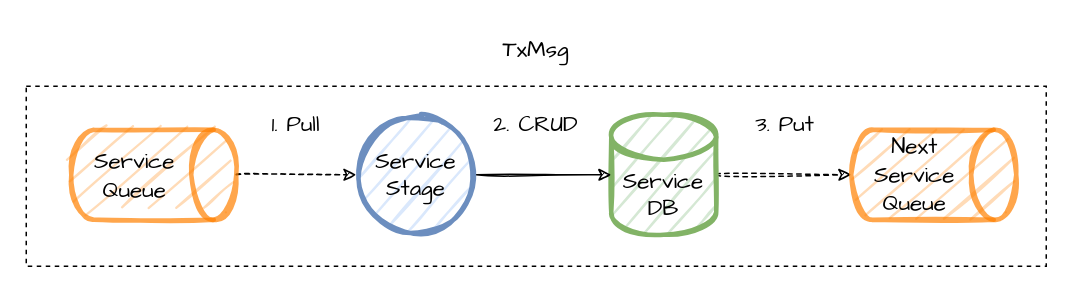
Earlier version of the draw.io diagram page "tx-data" (12 of 15) of img/diagram.drawio (ccchrunik/hierasaga). Source tidied: cells renumbered, new cells numbered last; positions are measured from the earlier drawing's top-left corner, leaving out a move shared by most shapes. Both pictures are drawn from the tidied source at 150%, with x=0, y=0 at pixel (26, 26).
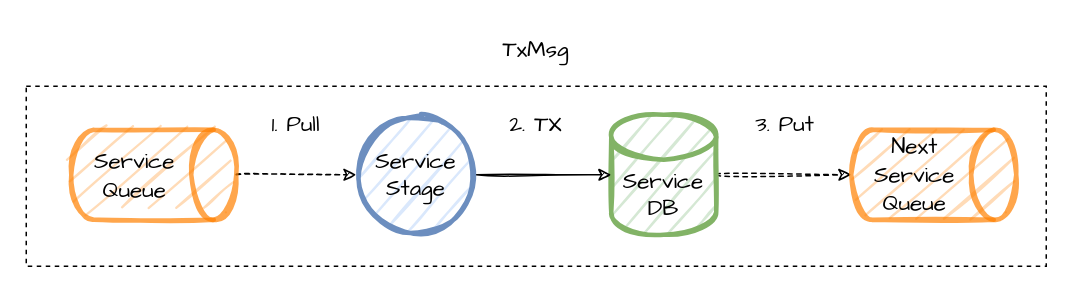
The same diagram, later.

What changed in the source:
```diff
@@
 <mxGraphModel>
   <root>
     <mxCell id="0" />
     <mxCell id="1" parent="0" />
     <mxCell id="2" value="TxMsg" style="text;html=1;strokeColor=none;fillColor=none;align=center;verticalAlign=middle;whiteSpace=wrap;rounded=0;sketch=1;fontFamily=Comic Sans MS;fontSize=15;opacity=50;" parent="1" vertex="1">
       <mxGeometry x="310" width="60" height="30" as="geometry" />
     </mxCell>
     <mxCell id="3" style="text;html=1;strokeColor=default;fillColor=none;align=center;verticalAlign=middle;whiteSpace=wrap;rounded=0;sketch=0;fontFamily=Comic Sans MS;fontSize=15;dashed=1;" parent="1" vertex="1">
       <mxGeometry y="40" width="680" height="120" as="geometry" />
     </mxCell>
     <mxCell id="4" style="edgeStyle=orthogonalEdgeStyle;curved=1;rounded=0;sketch=1;jettySize=auto;html=1;exitX=1;exitY=0.5;exitDx=0;exitDy=0;exitPerimeter=0;entryX=0.5;entryY=1;entryDx=0;entryDy=0;entryPerimeter=0;fontFamily=Comic Sans MS;fontSize=15;dashed=1;" parent="1" edge="1" source="5" target="13">
       <mxGeometry relative="1" as="geometry" />
     </mxCell>
     <mxCell id="5" value="&lt;font face=&quot;Comic Sans MS&quot; style=&quot;font-size: 15px&quot;&gt;Service&lt;br&gt;DB&lt;br&gt;&lt;/font&gt;" style="shape=cylinder3;whiteSpace=wrap;html=1;boundedLbl=1;backgroundOutline=1;size=15;strokeWidth=3;fillColor=#d5e8d4;strokeColor=#82b366;sketch=1;" parent="1" vertex="1">
       <mxGeometry x="390" y="59" width="70" height="80" as="geometry" />
     </mxCell>
     <mxCell id="6" style="edgeStyle=none;rounded=0;sketch=1;jettySize=auto;html=1;exitX=1;exitY=0.5;exitDx=0;exitDy=0;entryX=0;entryY=0.5;entryDx=0;entryDy=0;entryPerimeter=0;fontSize=15;" parent="1" edge="1" source="7" target="5">
       <mxGeometry relative="1" as="geometry" />
     </mxCell>
     <mxCell id="7" value="&lt;font face=&quot;Comic Sans MS&quot; style=&quot;font-size: 15px&quot;&gt;Service&lt;br&gt;Stage&lt;br&gt;&lt;/font&gt;" style="ellipse;whiteSpace=wrap;html=1;strokeWidth=3;fillColor=#dae8fc;strokeColor=#6c8ebf;sketch=1;" parent="1" vertex="1">
       <mxGeometry x="220" y="59" width="80" height="80" as="geometry" />
     </mxCell>
     <mxCell id="8" value="1. Pull" style="text;html=1;strokeColor=none;fillColor=none;align=center;verticalAlign=middle;whiteSpace=wrap;rounded=0;sketch=1;fontFamily=Comic Sans MS;fontSize=15;opacity=50;" parent="1" vertex="1">
       <mxGeometry x="150" y="50" width="60" height="30" as="geometry" />
     </mxCell>
     <mxCell id="9" value="3. Put" style="text;html=1;strokeColor=none;fillColor=none;align=center;verticalAlign=middle;whiteSpace=wrap;rounded=0;sketch=1;fontFamily=Comic Sans MS;fontSize=15;opacity=50;" parent="1" vertex="1">
       <mxGeometry x="476" y="50" width="60" height="30" as="geometry" />
     </mxCell>
-    <mxCell id="10" value="2. CRUD" style="text;html=1;strokeColor=none;fillColor=none;align=center;verticalAlign=middle;whiteSpace=wrap;rounded=0;sketch=1;fontFamily=Comic Sans MS;fontSize=15;opacity=50;" parent="1" vertex="1">
+    <mxCell id="10" value="2. TX" style="text;html=1;strokeColor=none;fillColor=none;align=center;verticalAlign=middle;whiteSpace=wrap;rounded=0;sketch=1;fontFamily=Comic Sans MS;fontSize=15;opacity=50;" parent="1" vertex="1">
       <mxGeometry x="300" y="50" width="80" height="30" as="geometry" />
     </mxCell>
     <mxCell id="11" style="edgeStyle=orthogonalEdgeStyle;curved=1;rounded=0;sketch=1;jettySize=auto;html=1;exitX=0.5;exitY=0;exitDx=0;exitDy=0;exitPerimeter=0;entryX=0;entryY=0.5;entryDx=0;entryDy=0;fontFamily=Comic Sans MS;fontSize=15;dashed=1;" parent="1" edge="1" source="12" target="7">
       <mxGeometry relative="1" as="geometry" />
     </mxCell>
     <mxCell id="12" value="&lt;font face=&quot;Comic Sans MS&quot;&gt;Service&lt;br&gt;Queue&lt;br&gt;&lt;/font&gt;" style="shape=cylinder3;whiteSpace=wrap;html=1;boundedLbl=1;backgroundOutline=1;size=15;fillColor=#FFCC99;opacity=70;direction=north;sketch=1;strokeColor=#FF8000;fontSize=15;strokeWidth=3;flipH=1;" parent="1" vertex="1">
       <mxGeometry x="30" y="69" width="110" height="60" as="geometry" />
     </mxCell>
     <mxCell id="13" value="&lt;font face=&quot;Comic Sans MS&quot;&gt;Next Service&lt;br&gt;Queue&lt;br&gt;&lt;/font&gt;" style="shape=cylinder3;whiteSpace=wrap;html=1;boundedLbl=1;backgroundOutline=1;size=15;fillColor=#FFCC99;opacity=70;direction=north;sketch=1;strokeColor=#FF8000;fontSize=15;strokeWidth=3;flipH=1;" parent="1" vertex="1">
       <mxGeometry x="550" y="69" width="110" height="60" as="geometry" />
     </mxCell>
   </root>
 </mxGraphModel>
```
